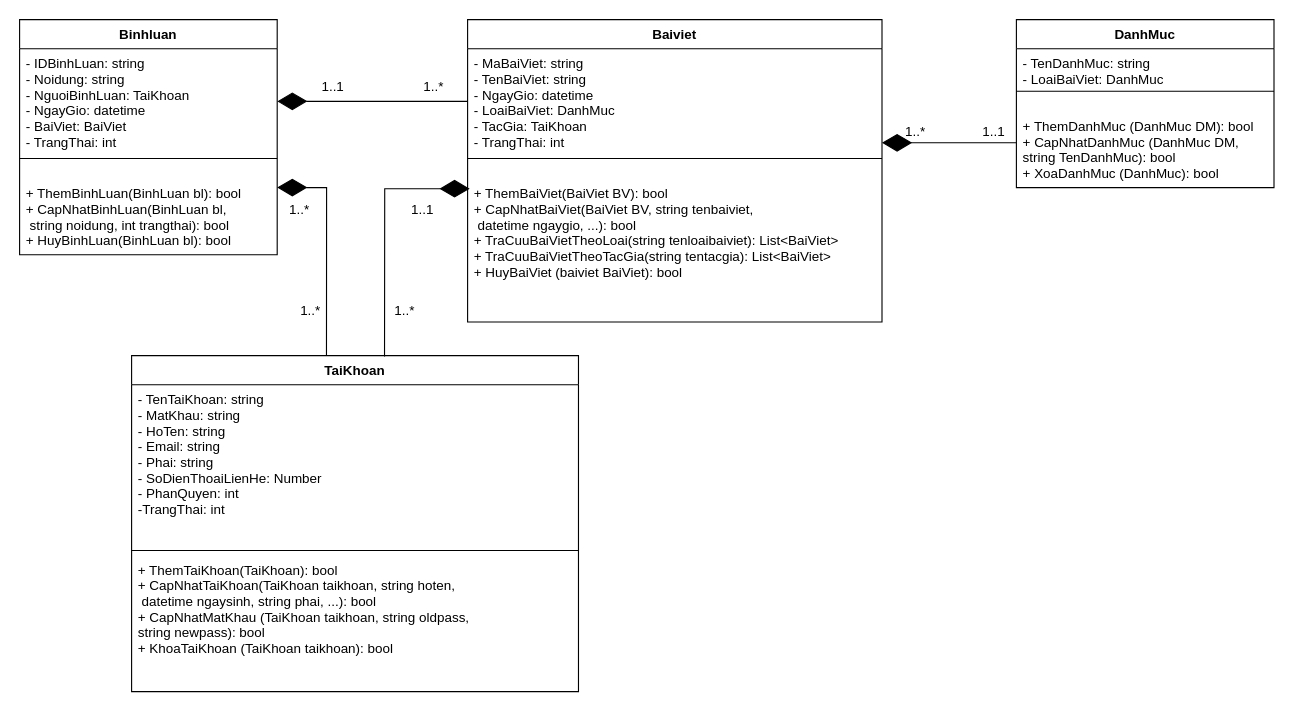
HieuNM2809/DoAn_ANDROID keeps this draw.io diagram as page "Class_Diagram" (2 of 2) of Use_Case_Android.drawio. Above is the earlier version. Source tidied: cells renumbered, new cells numbered last; positions are measured from the earlier drawing's top-left corner, leaving out a move shared by most shapes. Both pictures are drawn from the tidied source at 112%, with x=0, y=0 at pixel (19, 19).
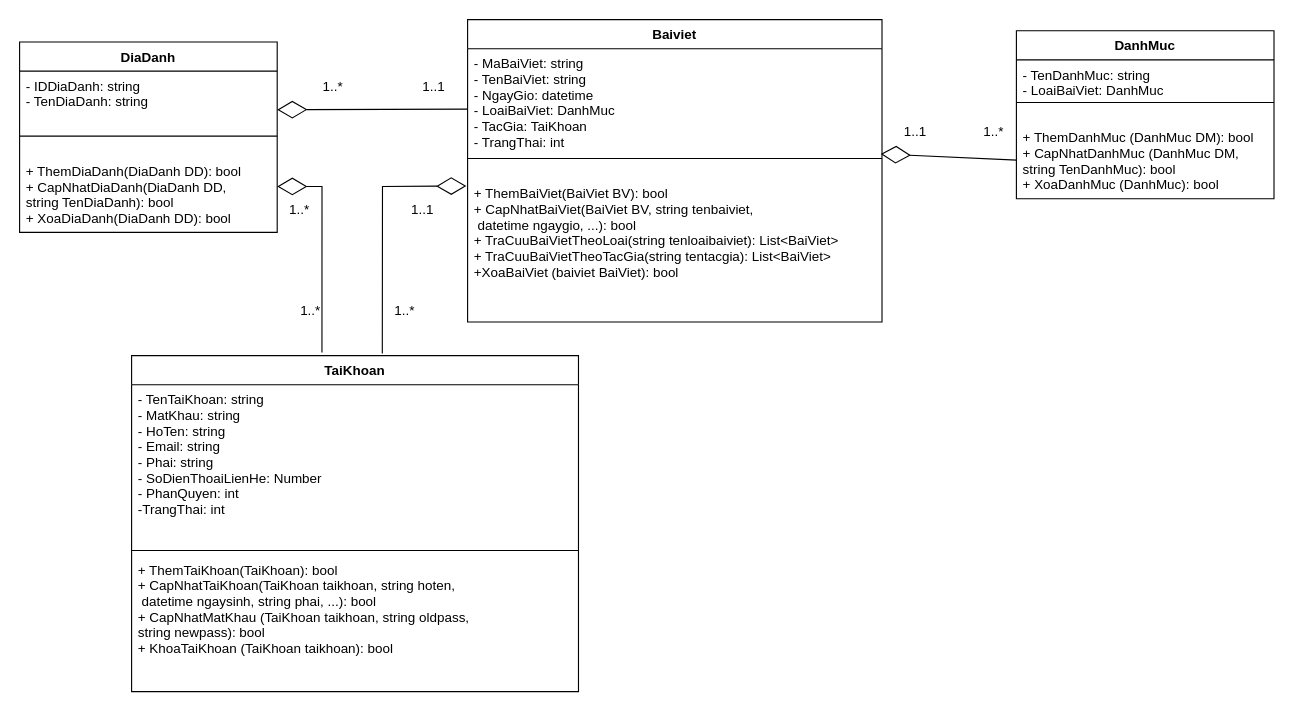
The same diagram, later.

Unchanged cells that the change refers to:
```xml
<mxCell id="6" value="Baiviet" style="swimlane;fontStyle=1;align=center;verticalAlign=top;horizontal=1;startSize=26;" parent="1" vertex="1">
  <mxGeometry x="400" width="370" height="270" as="geometry" />
</mxCell>
<mxCell id="7" value="- MaBaiViet: string&#10;- TenBaiViet: string&#10;- NgayGio: datetime&#10;- LoaiBaiViet: DanhMuc&#10;- TacGia: TaiKhoan&#10;- TrangThai: int" style="text;strokeColor=none;fillColor=none;align=left;verticalAlign=top;spacingLeft=4;spacingRight=4;overflow=hidden;points=[[0,0.5],[1,0.5]];portConstraint=eastwest;" parent="6" vertex="1">
  <mxGeometry y="26" width="370" height="94" as="geometry" />
</mxCell>
<mxCell id="10" value="TaiKhoan" style="swimlane;fontStyle=1;align=center;verticalAlign=top;horizontal=1;startSize=26;" parent="1" vertex="1">
  <mxGeometry x="100" y="300" width="399" height="300" as="geometry" />
</mxCell>
<mxCell id="17" value=" &#10;+ ThemDanhMuc (DanhMuc DM): bool&#10;+ CapNhatDanhMuc (DanhMuc DM, &#10;string TenDanhMuc): bool&#10;+ XoaDanhMuc (DanhMuc): bool" style="text;strokeColor=none;fillColor=none;align=left;verticalAlign=top;spacingLeft=4;spacingRight=4;overflow=hidden;points=[[0,0.5],[1,0.5]];portConstraint=eastwest;" parent="14" vertex="1">
  <mxGeometry y="68" width="230" height="82" as="geometry" />
</mxCell>
```

Change to the diagram source:
```diff
@@
-    <mxCell id="2" value="Binhluan" style="swimlane;fontStyle=1;align=center;verticalAlign=top;horizontal=1;startSize=26;" parent="1" vertex="1">
-      <mxGeometry width="230" height="210" as="geometry" />
+    <mxCell id="2" value="DiaDanh" style="swimlane;fontStyle=1;align=center;verticalAlign=top;horizontal=1;startSize=26;" parent="1" vertex="1">
+      <mxGeometry y="20" width="230" height="170" as="geometry" />
     </mxCell>
-    <mxCell id="3" value="- IDBinhLuan: string&#10;- Noidung: string&#10;- NguoiBinhLuan: TaiKhoan&#10;- NgayGio: datetime&#10;- BaiViet: BaiViet&#10;- TrangThai: int" style="text;strokeColor=none;fillColor=none;align=left;verticalAlign=top;spacingLeft=4;spacingRight=4;overflow=hidden;points=[[0,0.5],[1,0.5]];portConstraint=eastwest;" parent="2" vertex="1">
-      <mxGeometry y="26" width="230" height="94" as="geometry" />
+    <mxCell id="3" value="- IDDiaDanh: string&#10;- TenDiaDanh: string&#10;" style="text;strokeColor=none;fillColor=none;align=left;verticalAlign=top;spacingLeft=4;spacingRight=4;overflow=hidden;points=[[0,0.5],[1,0.5]];portConstraint=eastwest;" parent="2" vertex="1">
+      <mxGeometry y="26" width="230" height="54" as="geometry" />
     </mxCell>
     <mxCell id="4" style="line;strokeWidth=1;fillColor=none;align=left;verticalAlign=middle;spacingTop=-1;spacingLeft=3;spacingRight=3;labelPosition=right;" parent="2" vertex="1">
-      <mxGeometry y="120" width="230" height="8" as="geometry" />
+      <mxGeometry y="80" width="230" height="8" as="geometry" />
     </mxCell>
-    <mxCell id="5" value="&#10;+ ThemBinhLuan(BinhLuan bl): bool&#10;+ CapNhatBinhLuan(BinhLuan bl,&#10; string noidung, int trangthai): bool&#10;+ HuyBinhLuan(BinhLuan bl): bool" style="text;strokeColor=none;fillColor=none;align=left;verticalAlign=top;spacingLeft=4;spacingRight=4;overflow=hidden;points=[[0,0.5],[1,0.5]];portConstraint=eastwest;" parent="2" vertex="1">
-      <mxGeometry y="128" width="230" height="82" as="geometry" />
+    <mxCell id="5" value="&#10;+ ThemDiaDanh(DiaDanh DD): bool&#10;+ CapNhatDiaDanh(DiaDanh DD, &#10;string TenDiaDanh): bool&#10;+ XoaDiaDanh(DiaDanh DD): bool" style="text;strokeColor=none;fillColor=none;align=left;verticalAlign=top;spacingLeft=4;spacingRight=4;overflow=hidden;points=[[0,0.5],[1,0.5]];portConstraint=eastwest;" parent="2" vertex="1">
+      <mxGeometry y="88" width="230" height="82" as="geometry" />
     </mxCell>
@@
-    <mxCell id="9" value="&#10;+ ThemBaiViet(BaiViet BV): bool&#10;+ CapNhatBaiViet(BaiViet BV, string tenbaiviet,&#10; datetime ngaygio, ...): bool&#10;+ TraCuuBaiVietTheoLoai(string tenloaibaiviet): List&lt;BaiViet&gt;&#10;+ TraCuuBaiVietTheoTacGia(string tentacgia): List&lt;BaiViet&gt;&#10;+ HuyBaiViet (baiviet BaiViet): bool" style="text;strokeColor=none;fillColor=none;align=left;verticalAlign=top;spacingLeft=4;spacingRight=4;overflow=hidden;points=[[0,0.5],[1,0.5]];portConstraint=eastwest;" parent="6" vertex="1">
+    <mxCell id="9" value="&#10;+ ThemBaiViet(BaiViet BV): bool&#10;+ CapNhatBaiViet(BaiViet BV, string tenbaiviet,&#10; datetime ngaygio, ...): bool&#10;+ TraCuuBaiVietTheoLoai(string tenloaibaiviet): List&lt;BaiViet&gt;&#10;+ TraCuuBaiVietTheoTacGia(string tentacgia): List&lt;BaiViet&gt;&#10;+XoaBaiViet (baiviet BaiViet): bool" style="text;strokeColor=none;fillColor=none;align=left;verticalAlign=top;spacingLeft=4;spacingRight=4;overflow=hidden;points=[[0,0.5],[1,0.5]];portConstraint=eastwest;" parent="6" vertex="1">
       <mxGeometry y="128" width="370" height="142" as="geometry" />
     </mxCell>
@@
     <mxCell id="14" value="DanhMuc" style="swimlane;fontStyle=1;align=center;verticalAlign=top;horizontal=1;startSize=26;" parent="1" vertex="1">
-      <mxGeometry x="890" width="230" height="150" as="geometry" />
+      <mxGeometry x="890" y="10" width="230" height="150" as="geometry" />
     </mxCell>
@@
-    <mxCell id="20" value="1..*" style="text;html=1;strokeColor=none;fillColor=none;align=center;verticalAlign=middle;whiteSpace=wrap;rounded=0;" parent="1" vertex="1">
+    <mxCell id="20" value="1..1" style="text;html=1;strokeColor=none;fillColor=none;align=center;verticalAlign=middle;whiteSpace=wrap;rounded=0;" parent="1" vertex="1">
       <mxGeometry x="350" y="50" width="40" height="20" as="geometry" />
     </mxCell>
-    <mxCell id="21" value="1..1" style="text;html=1;strokeColor=none;fillColor=none;align=center;verticalAlign=middle;whiteSpace=wrap;rounded=0;" parent="1" vertex="1">
+    <mxCell id="21" value="1..*" style="text;html=1;strokeColor=none;fillColor=none;align=center;verticalAlign=middle;whiteSpace=wrap;rounded=0;" parent="1" vertex="1">
       <mxGeometry x="850" y="90" width="40" height="20" as="geometry" />
     </mxCell>
@@
-    <mxCell id="24" value="1..1" style="text;html=1;strokeColor=none;fillColor=none;align=center;verticalAlign=middle;whiteSpace=wrap;rounded=0;" parent="1" vertex="1">
+    <mxCell id="24" value="1..*" style="text;html=1;strokeColor=none;fillColor=none;align=center;verticalAlign=middle;whiteSpace=wrap;rounded=0;" parent="1" vertex="1">
       <mxGeometry x="260" y="50" width="40" height="20" as="geometry" />
     </mxCell>
-    <mxCell id="25" value="1..*" style="text;html=1;strokeColor=none;fillColor=none;align=center;verticalAlign=middle;whiteSpace=wrap;rounded=0;" parent="1" vertex="1">
+    <mxCell id="25" value="1..1" style="text;html=1;strokeColor=none;fillColor=none;align=center;verticalAlign=middle;whiteSpace=wrap;rounded=0;" parent="1" vertex="1">
       <mxGeometry x="780" y="90" width="40" height="20" as="geometry" />
     </mxCell>
+    <mxCell id="30" style="endArrow=diamondThin;endFill=0;endSize=24;html=1;rounded=0;strokeColor=#FFFFFF;" parent="1" edge="1">
+      <mxGeometry relative="1" as="geometry">
+        <mxPoint x="600" y="440" as="sourcePoint" />
+        <mxPoint x="760" y="440" as="targetPoint" />
+      </mxGeometry>
+    </mxCell>
-    <mxCell id="26" style="endArrow=diamondThin;endFill=1;endSize=24;html=1;rounded=0;fontSize=10;strokeColor=#000000;fillColor=#000000;exitX=0;exitY=0.5;exitDx=0;exitDy=0;entryX=1;entryY=0.5;entryDx=0;entryDy=0;" parent="1" edge="1" source="7" target="3">
+    <mxCell id="26" style="endArrow=diamondThin;endFill=0;endSize=24;html=1;rounded=0;exitX=0;exitY=0.574;exitDx=0;exitDy=0;exitPerimeter=0;entryX=1;entryY=0.638;entryDx=0;entryDy=0;entryPerimeter=0;" parent="1" edge="1" source="7" target="3">
       <mxGeometry relative="1" as="geometry" />
     </mxCell>
+    <mxCell id="31" style="endArrow=diamondThin;endFill=0;endSize=24;html=1;rounded=0;exitX=0.426;exitY=-0.009;exitDx=0;exitDy=0;exitPerimeter=0;entryX=1;entryY=0.5;entryDx=0;entryDy=0;" parent="1" edge="1" source="10" target="5">
+      <mxGeometry relative="1" as="geometry">
+        <Array as="points">
+          <mxPoint x="270" y="149" />
+        </Array>
+      </mxGeometry>
+    </mxCell>
-    <mxCell id="27" style="endArrow=diamondThin;endFill=1;endSize=24;html=1;rounded=0;fontSize=10;exitX=0.566;exitY=0.003;exitDx=0;exitDy=0;exitPerimeter=0;entryX=0.005;entryY=0.162;entryDx=0;entryDy=0;entryPerimeter=0;" parent="1" edge="1" source="10" target="9">
+    <mxCell id="27" style="endArrow=diamondThin;endFill=0;endSize=24;html=1;rounded=0;exitX=0.561;exitY=-0.006;exitDx=0;exitDy=0;exitPerimeter=0;entryX=-0.003;entryY=0.145;entryDx=0;entryDy=0;entryPerimeter=0;" parent="1" edge="1" source="10" target="9">
       <mxGeometry relative="1" as="geometry">
         <Array as="points">
-          <mxPoint x="326" y="151" />
+          <mxPoint x="324" y="149" />
         </Array>
       </mxGeometry>
     </mxCell>
-    <mxCell id="28" style="endArrow=diamondThin;endFill=1;endSize=24;html=1;rounded=0;fontSize=10;strokeColor=#000000;fillColor=#000000;exitX=0.566;exitY=0.003;exitDx=0;exitDy=0;exitPerimeter=0;" parent="1" edge="1">
-      <mxGeometry relative="1" as="geometry">
-        <mxPoint x="274" y="299.9" as="sourcePoint" />
-        <mxPoint x="230" y="150" as="targetPoint" />
-        <Array as="points">
-          <mxPoint x="274.1" y="150" />
-        </Array>
-      </mxGeometry>
-    </mxCell>
-    <mxCell id="29" style="endArrow=diamondThin;endFill=1;endSize=24;html=1;rounded=0;fontSize=10;strokeColor=#000000;fillColor=#000000;exitX=1;exitY=1;exitDx=0;exitDy=0;" parent="1" edge="1" source="21">
-      <mxGeometry relative="1" as="geometry">
-        <mxPoint x="770" y="110" as="targetPoint" />
-      </mxGeometry>
-    </mxCell>
-    <mxCell id="30" style="endArrow=diamondThin;endFill=0;endSize=24;html=1;rounded=0;strokeColor=#FFFFFF;" parent="1" edge="1">
-      <mxGeometry relative="1" as="geometry">
-        <mxPoint x="600" y="440" as="sourcePoint" />
-        <mxPoint x="760" y="440" as="targetPoint" />
-      </mxGeometry>
-    </mxCell>
+    <mxCell id="32" style="endArrow=diamondThin;endFill=0;endSize=24;html=1;rounded=0;exitX=0.001;exitY=0.579;exitDx=0;exitDy=0;exitPerimeter=0;entryX=0.997;entryY=1;entryDx=0;entryDy=0;entryPerimeter=0;" parent="1" edge="1" source="17" target="7">
+      <mxGeometry relative="1" as="geometry" />
+    </mxCell>
```
